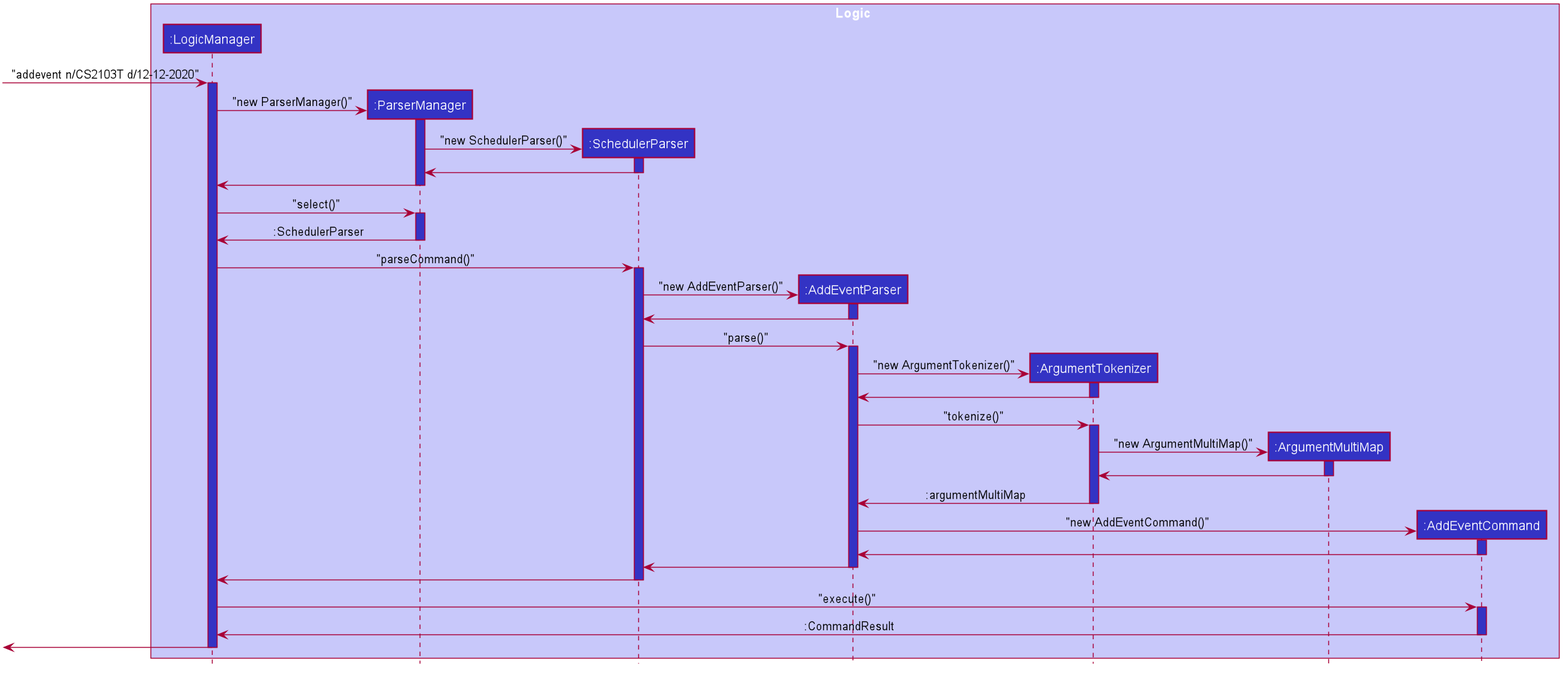
The PlantUML diagram docs/images/AddEventSequenceDiagram.png in nus-cs2103-AY2021S1/tp, before a commit.
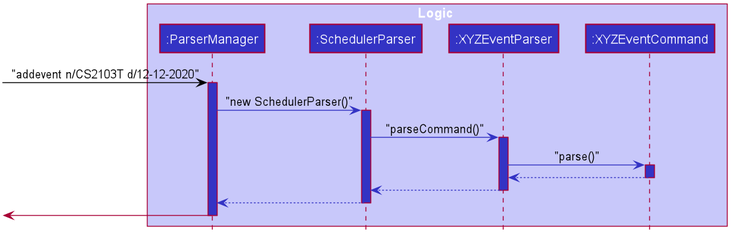
Later version of the same file.

What changed in the source:
```diff
@@ -49,94 +49,33 @@
 hide circle
 
 box Logic #C8C8FA
-participant ":LogicManager" as logicManager #3333C4
-participant ":ParserManager" as parserManager #3333C4
-participant ":SchedulerParser" as schedulerParser #3333C4
-participant ":AddEventParser" as addEventParser #3333C4
-participant ":ArgumentTokenizer" as argumentTokenizer #3333C4
-participant ":ArgumentMultiMap" as argumentMultiMap #3333C4
-participant ":AddEventCommand" as addEventCommand #3333C4
+Participant ":ParserManager" as parserManager #3333C4
+Participant ":SchedulerParser" as schedulerParser #3333C4
+Participant ":XYZEventParser" as XYZParser #3333C4
+Participant ":XYZEventCommand" as XYZCommand #3333C4
 end box
 
-[-> logicManager : "addevent n/CS2103T d/12-12-2020"
-activate logicManager #3333C4
-
-create parserManager
-logicManager -> parserManager : "new ParserManager()"
+-[#000000]> parserManager : "addevent n/CS2103T d/12-12-2020"
 activate parserManager #3333C4
 
-create schedulerParser
-parserManager -> schedulerParser : "new SchedulerParser()"
+parserManager -[#3333C4]> schedulerParser : "new SchedulerParser()"
 activate schedulerParser #3333C4
 
-schedulerParser -> parserManager
-deactivate schedulerParser #3333C4
+schedulerParser -[#3333C4]> XYZParser : "parseCommand()"
+activate XYZParser #3333C4
 
-parserManager -> logicManager
-deactivate parserManager #3333C4
+XYZParser -[#3333C4]> XYZCommand : "parse()"
+activate XYZCommand #3333C4
 
-logicManager -> parserManager : "select()"
-activate parserManager #3333C4
+XYZCommand --[#3333C4]> XYZParser
+deactivate XYZCommand
 
-parserManager -> logicManager : :SchedulerParser
-deactivate parserManager #3333C4
+XYZParser --[#3333C4]> schedulerParser
+deactivate XYZParser
 
-logicManager -> schedulerParser : "parseCommand()"
-activate schedulerParser #3333C4
-
-create addEventParser
-schedulerParser -> addEventParser : "new AddEventParser()"
-activate addEventParser #3333C4
-
-addEventParser -> schedulerParser
-deactivate addEventParser
-
-schedulerParser -> addEventParser : "parse()"
-activate addEventParser #3333C4
-
-create argumentTokenizer
-addEventParser -> argumentTokenizer : "new ArgumentTokenizer()"
-activate argumentTokenizer #3333C4
-
-argumentTokenizer -> addEventParser
-deactivate argumentTokenizer
-
-addEventParser -> argumentTokenizer : "tokenize()"
-activate argumentTokenizer #3333C4
-
-create argumentMultiMap
-argumentTokenizer -> argumentMultiMap : "new ArgumentMultiMap()"
-activate argumentMultiMap #3333C4
-
-argumentMultiMap -> argumentTokenizer
-deactivate argumentMultiMap
-
-argumentTokenizer -> addEventParser : :argumentMultiMap
-deactivate argumentTokenizer
-
-create addEventCommand
-addEventParser -> addEventCommand : "new AddEventCommand()"
-activate addEventCommand #3333C4
-
-addEventCommand -> addEventParser
-deactivate addEventCommand
-
-addEventParser -> schedulerParser
-deactivate addEventParser
-
-schedulerParser -> logicManager
+schedulerParser --[#3333C4]> parserManager
 deactivate schedulerParser
 
-logicManager -> addEventCommand : "execute()"
-activate addEventCommand #3333C4
-
-addEventCommand -> logicManager : :CommandResult
-deactivate addEventCommand
-
-[<- logicManager
-deactivate logicManager
-
-
-
-
+[<- parserManager
+deactivate parserManager
 @enduml
```
